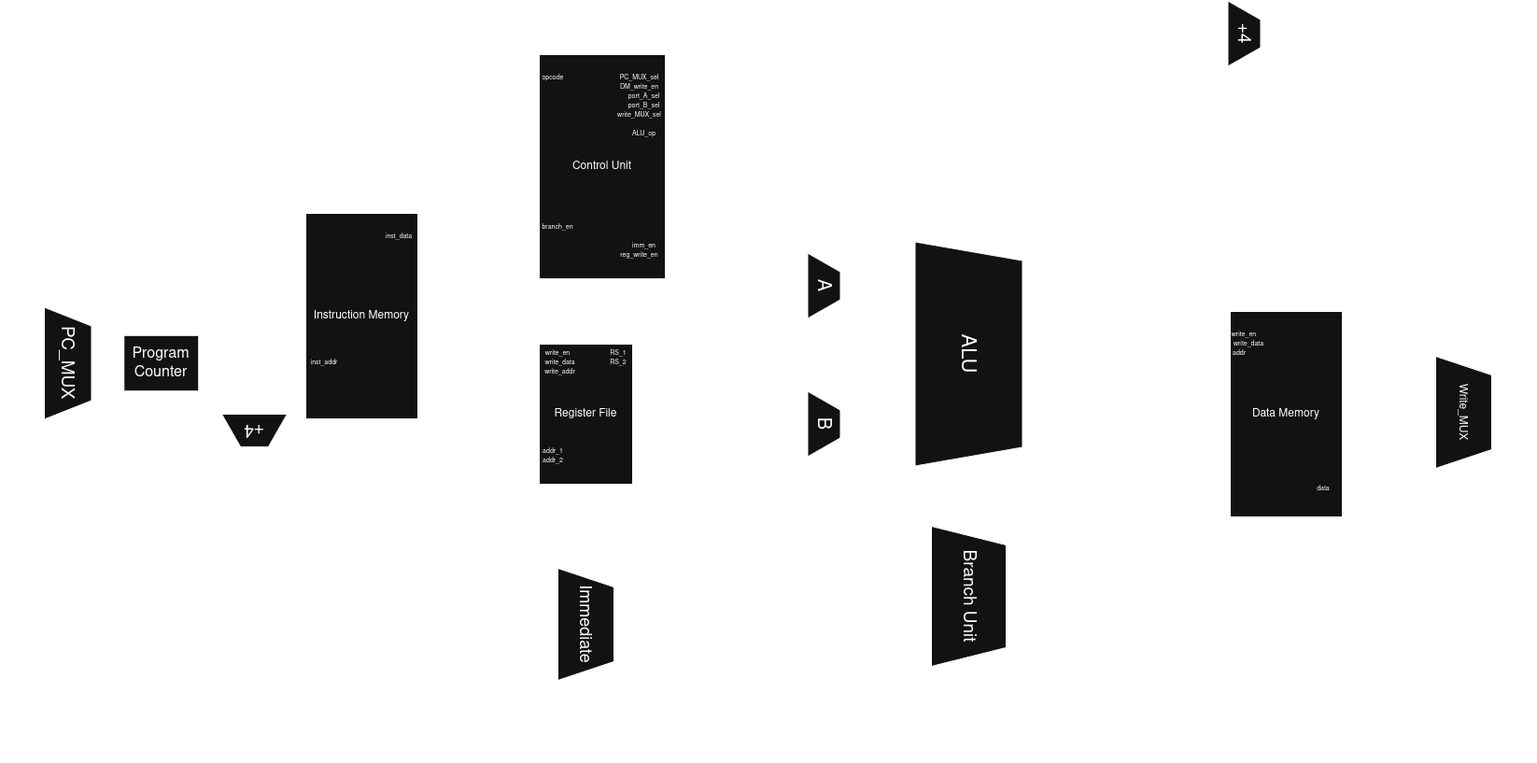
The draw.io diagram RV321/block_diagram.png in lez720/RV32I, before a commit. Source tidied: cells renumbered, new cells last; positions are measured from the earlier drawing's top-left corner, leaving out a move shared by most shapes.
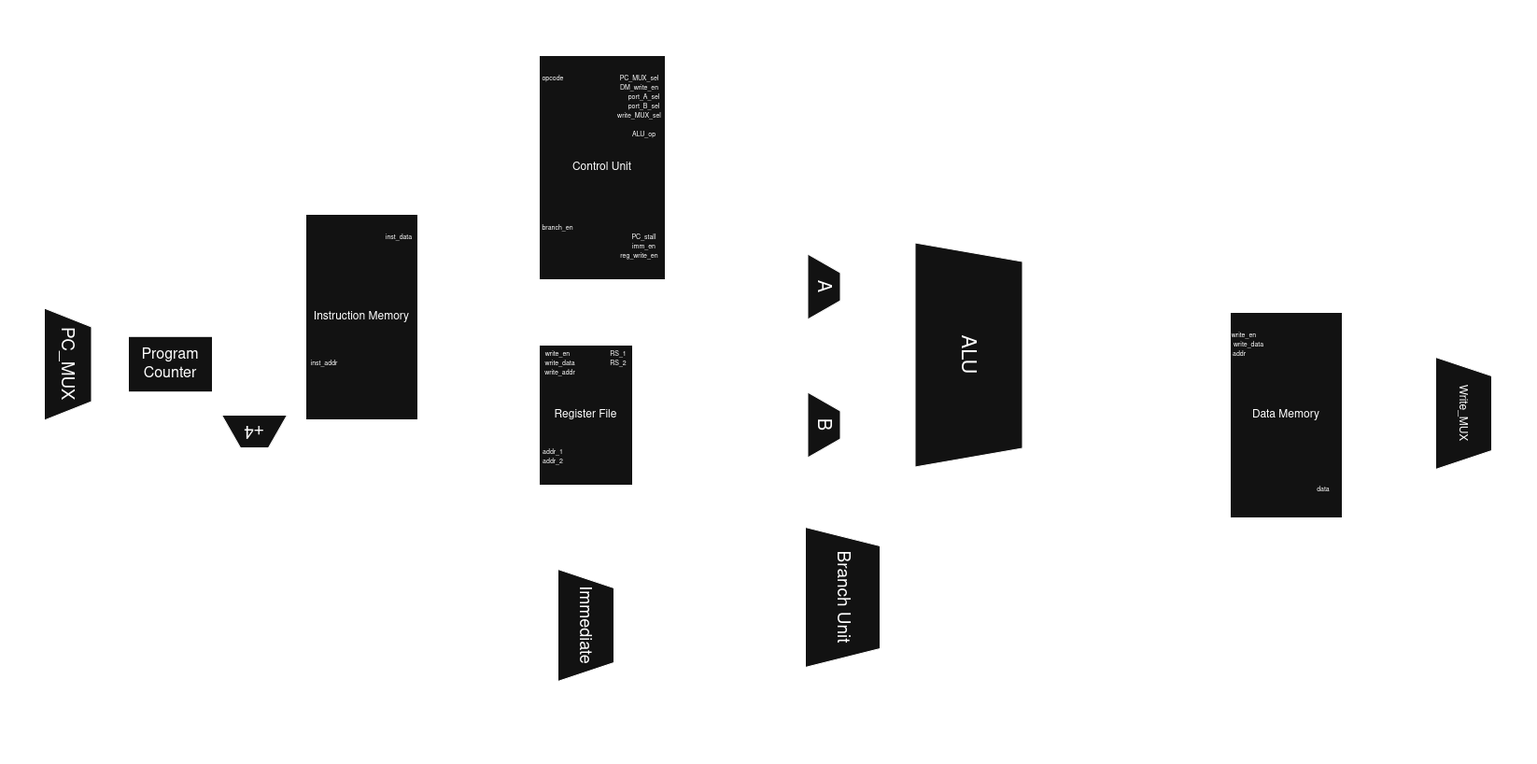
The same diagram one commit later.

What changed in the source:
```diff
@@ -135,15 +135,15 @@
     <mxCell id="20" style="edgeStyle=orthogonalEdgeStyle;rounded=0;jettySize=auto;html=1;entryX=0;entryY=0.5;entryDx=0;entryDy=0;" parent="1" edge="1" source="21" target="52">
       <mxGeometry relative="1" as="geometry">
         <Array as="points">
-          <mxPoint x="1110" y="620" />
-          <mxPoint x="1110" y="730" />
+          <mxPoint x="980" y="620" />
+          <mxPoint x="980" y="730" />
           <mxPoint x="510" y="730" />
           <mxPoint x="510" y="225" />
         </Array>
       </mxGeometry>
     </mxCell>
     <mxCell id="21" value="&lt;font style=&quot;font-size: 19px;&quot;&gt;Branch Unit&lt;/font&gt;" style="shape=trapezoid;perimeter=trapezoidPerimeter;whiteSpace=wrap;html=1;fixedSize=1;rotation=90;" parent="1" vertex="1">
-      <mxGeometry x="955" y="580" width="150" height="80" as="geometry" />
+      <mxGeometry x="820" y="580" width="150" height="80" as="geometry" />
     </mxCell>
     <mxCell id="22" style="edgeStyle=orthogonalEdgeStyle;rounded=0;jettySize=auto;html=1;entryX=0.25;entryY=1;entryDx=0;entryDy=0;" parent="1" edge="1" source="23" target="16">
       <mxGeometry relative="1" as="geometry" />
@@ -238,16 +238,19 @@
         </Array>
       </mxGeometry>
     </mxCell>
-    <mxCell id="38" style="edgeStyle=orthogonalEdgeStyle;rounded=0;jettySize=auto;html=1;entryX=0.5;entryY=1;entryDx=0;entryDy=0;" parent="1" edge="1" source="39" target="66">
+    <mxCell id="38" style="edgeStyle=orthogonalEdgeStyle;rounded=0;jettySize=auto;html=1;entryX=0.5;entryY=1;entryDx=0;entryDy=0;exitX=1;exitY=0.5;exitDx=0;exitDy=0;" parent="1" edge="1" source="39">
       <mxGeometry relative="1" as="geometry">
+        <mxPoint x="857.5" y="282.4" as="targetPoint" />
         <Array as="points">
-          <mxPoint x="250" y="371" />
-          <mxPoint x="250" y="18" />
+          <mxPoint x="250" y="370" />
+          <mxPoint x="250" y="13" />
+          <mxPoint x="820" y="13" />
+          <mxPoint x="820" y="282" />
         </Array>
       </mxGeometry>
     </mxCell>
     <mxCell id="39" value="&lt;font style=&quot;font-size: 16px;&quot;&gt;Program Counter&lt;/font&gt;" style="rounded=0;whiteSpace=wrap;html=1;" parent="1" vertex="1">
-      <mxGeometry x="125.2" y="340.8" width="80" height="59.5" as="geometry" />
+      <mxGeometry x="130" y="340.8" width="90" height="59.5" as="geometry" />
     </mxCell>
     <mxCell id="40" style="edgeStyle=orthogonalEdgeStyle;rounded=0;jettySize=auto;html=1;entryX=0;entryY=0.5;entryDx=0;entryDy=0;" parent="1" edge="1" source="41" target="39">
       <mxGeometry relative="1" as="geometry" />
@@ -317,6 +320,16 @@
     <mxCell id="60" value="&lt;div align=&quot;center&quot;&gt;&lt;font style=&quot;font-size: 7px;&quot;&gt;data&lt;/font&gt;&lt;/div&gt;" style="text;html=1;whiteSpace=wrap;strokeColor=none;fillColor=none;align=center;verticalAlign=middle;rounded=0;spacingBottom=0;spacingTop=-3;" parent="1" vertex="1">
       <mxGeometry x="1390" y="500" width="40" height="10" as="geometry" />
     </mxCell>
+    <mxCell id="72" style="edgeStyle=none;curved=0;rounded=0;orthogonalLoop=1;jettySize=auto;html=1;exitX=0.25;exitY=1;exitDx=0;exitDy=0;fontSize=12;startSize=8;endSize=8;startArrow=classic;startFill=1;endArrow=none;endFill=0;" parent="1" edge="1">
+      <mxGeometry relative="1" as="geometry">
+        <mxPoint x="1530" y="395.8" as="sourcePoint" />
+        <mxPoint x="820" y="50" as="targetPoint" />
+        <Array as="points">
+          <mxPoint x="1460" y="396" />
+          <mxPoint x="1460" y="50" />
+        </Array>
+      </mxGeometry>
+    </mxCell>
     <mxCell id="61" value="Write_MUX" style="shape=trapezoid;perimeter=trapezoidPerimeter;whiteSpace=wrap;html=1;fixedSize=1;rotation=90;" parent="1" vertex="1">
       <mxGeometry x="1500" y="393" width="120" height="60" as="geometry" />
     </mxCell>
@@ -336,17 +349,6 @@
         </Array>
       </mxGeometry>
     </mxCell>
-    <mxCell id="65" style="edgeStyle=orthogonalEdgeStyle;rounded=0;jettySize=auto;html=1;entryX=0.25;entryY=1;entryDx=0;entryDy=0;" parent="1" edge="1" source="66" target="61">
-      <mxGeometry relative="1" as="geometry">
-        <Array as="points">
-          <mxPoint x="1490" y="17" />
-          <mxPoint x="1490" y="393" />
-        </Array>
-      </mxGeometry>
-    </mxCell>
-    <mxCell id="66" value="&lt;font style=&quot;font-size: 19px;&quot;&gt;+4&lt;/font&gt;" style="shape=trapezoid;perimeter=trapezoidPerimeter;whiteSpace=wrap;html=1;fixedSize=1;rotation=90;" parent="1" vertex="1">
-      <mxGeometry x="1290" width="70" height="35" as="geometry" />
-    </mxCell>
     <mxCell id="67" value="&lt;div align=&quot;center&quot;&gt;&lt;font style=&quot;font-size: 7px;&quot;&gt;PC_MUX_sel&lt;/font&gt;&lt;/div&gt;" style="text;html=1;whiteSpace=wrap;strokeColor=none;fillColor=none;align=center;verticalAlign=middle;rounded=0;spacingBottom=0;spacingTop=-3;" parent="1" vertex="1">
       <mxGeometry x="650" y="60" width="55" height="10" as="geometry" />
     </mxCell>
@@ -356,11 +358,24 @@
     <mxCell id="69" value="&lt;div align=&quot;center&quot;&gt;&lt;font style=&quot;font-size: 7px;&quot;&gt;reg_write_en&lt;/font&gt;&lt;/div&gt;" style="text;html=1;whiteSpace=wrap;strokeColor=none;fillColor=none;align=center;verticalAlign=middle;rounded=0;spacingBottom=0;spacingTop=-3;" parent="1" vertex="1">
       <mxGeometry x="650" y="250" width="55" height="10" as="geometry" />
     </mxCell>
-    <mxCell id="70" style="edgeStyle=orthogonalEdgeStyle;rounded=0;jettySize=auto;html=1;entryX=0;entryY=0.5;entryDx=0;entryDy=0;" parent="1" edge="1" source="71" target="16">
+    <mxCell id="70" style="edgeStyle=orthogonalEdgeStyle;rounded=0;jettySize=auto;html=1;entryX=0;entryY=0.5;entryDx=0;entryDy=0;flowAnimation=0;shadow=0;" parent="1" edge="1" source="71" target="16">
       <mxGeometry relative="1" as="geometry" />
     </mxCell>
     <mxCell id="71" value="&lt;div align=&quot;center&quot;&gt;&lt;font style=&quot;font-size: 7px;&quot;&gt;ALU_op&lt;/font&gt;&lt;/div&gt;" style="text;html=1;whiteSpace=wrap;strokeColor=none;fillColor=none;align=center;verticalAlign=middle;rounded=0;spacingBottom=0;spacingTop=-3;" parent="1" vertex="1">
       <mxGeometry x="660" y="120" width="45" height="10" as="geometry" />
     </mxCell>
+    <mxCell id="73" value="&lt;div align=&quot;center&quot;&gt;&lt;font style=&quot;font-size: 7px;&quot;&gt;PC_stall&lt;/font&gt;&lt;/div&gt;" style="text;html=1;whiteSpace=wrap;strokeColor=none;fillColor=none;align=center;verticalAlign=middle;rounded=0;spacingBottom=0;spacingTop=-3;" parent="1" vertex="1">
+      <mxGeometry x="660" y="230" width="45" height="10" as="geometry" />
+    </mxCell>
+    <mxCell id="74" style="edgeStyle=none;shape=connector;curved=0;rounded=0;jettySize=auto;html=1;entryX=1;entryY=0.5;entryDx=0;entryDy=0;strokeColor=default;align=center;verticalAlign=middle;fontFamily=Helvetica;fontSize=12;fontColor=default;labelBackgroundColor=default;startSize=8;endArrow=none;endSize=8;flowAnimation=0;startArrow=classic;startFill=1;endFill=0;anchorPointDirection=0;" parent="1" edge="1" source="39" target="73">
+      <mxGeometry relative="1" as="geometry">
+        <Array as="points">
+          <mxPoint x="175" y="-10" />
+          <mxPoint x="730" y="-10" />
+          <mxPoint x="730" y="120" />
+          <mxPoint x="730" y="235" />
+        </Array>
+      </mxGeometry>
+    </mxCell>
   </root>
 </mxGraphModel>
```
